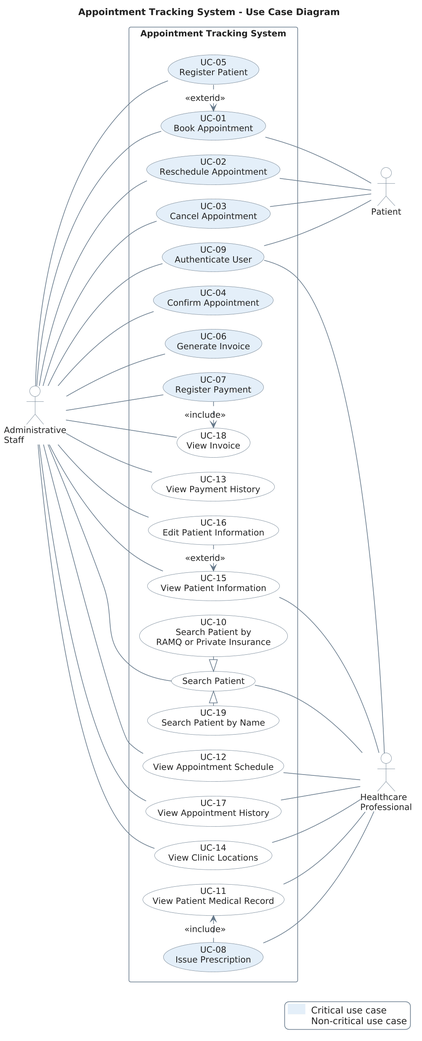
This is artifacts/Use_Case.png from AzmiBousedra/3musketeers, a PlantUML export, as it was before one commit. Its diagram source:
```plantuml
@startuml
title Appointment Tracking System - Use Case Diagram

!pragma layout smetana
left to right direction


skinparam backgroundColor #FFFFFF
skinparam shadowing false
skinparam defaultFontName Arial
skinparam defaultFontSize 13
skinparam defaultFontColor #222222
skinparam dpi 150
skinparam nodesep 22
skinparam ranksep 110

skinparam ArrowColor #65788A
skinparam ArrowThickness 1

skinparam actor {
    BorderColor #65788A
    BackgroundColor #FFFFFF
    FontColor #222222
}

skinparam usecase {
    BorderColor #65788A
    BackgroundColor #FFFFFF
    FontColor #222222
}

skinparam usecase<<critical>> {
    BackgroundColor #E4EFF9
}

skinparam rectangle {
    BorderColor #65788A
    BackgroundColor #FFFFFF
    FontColor #222222
    FontStyle bold
}

skinparam legend {
    BackgroundColor #FFFFFF
    BorderColor #65788A
    FontColor #222222
}

hide stereotype


actor "Patient" as Patient
actor "Administrative\nStaff" as Admin
actor "Healthcare\nProfessional" as HP


rectangle "Appointment Tracking System" {
    usecase "UC-05\nRegister Patient" as UC05 <<critical>>
    usecase "UC-01\nBook Appointment" as UC01 <<critical>>
    usecase "UC-02\nReschedule Appointment" as UC02 <<critical>>
    usecase "UC-03\nCancel Appointment" as UC03 <<critical>>
    usecase "UC-09\nAuthenticate User" as UC09 <<critical>>
    usecase "UC-04\nConfirm Appointment" as UC04 <<critical>>
    usecase "UC-06\nGenerate Invoice" as UC06 <<critical>>
    usecase "UC-07\nRegister Payment" as UC07 <<critical>>
    usecase "UC-18\nView Invoice" as UC18
    usecase "UC-13\nView Payment History" as UC13
    usecase "UC-16\nEdit Patient Information" as UC16
    usecase "UC-15\nView Patient Information" as UC15
    usecase "UC-19\nSearch Patient by Name" as UC19
    usecase "Search Patient" as SP
    usecase "UC-10\nSearch Patient by\nRAMQ or Private Insurance" as UC10
    usecase "UC-12\nView Appointment Schedule" as UC12
    usecase "UC-17\nView Appointment History" as UC17
    usecase "UC-14\nView Clinic Locations" as UC14
    usecase "UC-08\nIssue Prescription" as UC08 <<critical>>
    usecase "UC-11\nView Patient Medical Record" as UC11
}


UC01 -- Patient
UC02 -- Patient
UC03 -- Patient
UC09 -- Patient


Admin -- UC05
Admin -- UC01
Admin -- UC02
Admin -- UC03
Admin -- UC09
Admin -- UC04
Admin -- UC06
Admin -- UC07
Admin -- UC18
Admin -- UC13
Admin -- UC16
Admin -- UC15
Admin -- SP
Admin -- UC12
Admin -- UC17
Admin -- UC14


UC09 -- HP
UC15 -- HP
SP -- HP
UC12 -- HP
UC17 -- HP
UC14 -- HP
UC08 -- HP
UC11 -- HP


UC01 <.right. UC05 : <<extend>>
UC07 .right.> UC18 : <<include>>
UC15 <.right. UC16 : <<extend>>
UC08 .right.> UC11 : <<include>>


SP <|-left- UC19
SP <|-right- UC10

legend right
  <back:#E4EFF9>      </back>  Critical use case
  <back:#FFFFFF>      </back>  Non-critical use case
endlegend
@enduml
```
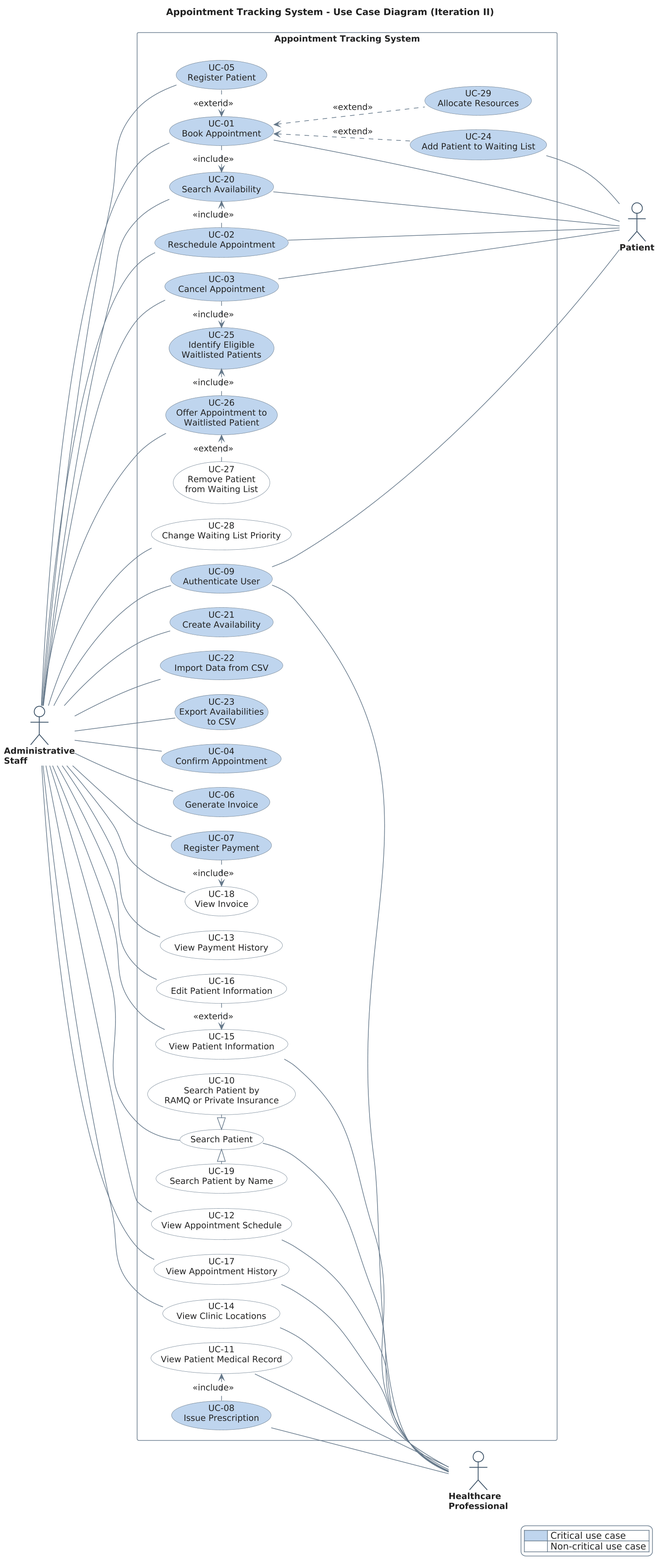
Above is the later version.

Commit message:
Phase 2 artifacts

Diff of the diagram source:
```diff
@@ -1,5 +1,5 @@
 @startuml
-title Appointment Tracking System - Use Case Diagram
+title Appointment Tracking System - Use Case Diagram (Iteration II)
 
 !pragma layout smetana
 left to right direction
@@ -18,19 +18,17 @@
 skinparam ArrowThickness 1
 
 skinparam actor {
-    BorderColor #65788A
+    BorderColor #3F5468
+    BorderThickness 1.25
     BackgroundColor #FFFFFF
     FontColor #222222
+    FontStyle bold
 }
 
 skinparam usecase {
     BorderColor #65788A
     BackgroundColor #FFFFFF
     FontColor #222222
-}
-
-skinparam usecase<<critical>> {
-    BackgroundColor #E4EFF9
 }
 
 skinparam rectangle {
@@ -46,8 +44,6 @@
     FontColor #222222
 }
 
-hide stereotype
-
 
 actor "Patient" as Patient
 actor "Administrative\nStaff" as Admin
@@ -55,14 +51,24 @@
 
 
 rectangle "Appointment Tracking System" {
-    usecase "UC-05\nRegister Patient" as UC05 <<critical>>
-    usecase "UC-01\nBook Appointment" as UC01 <<critical>>
-    usecase "UC-02\nReschedule Appointment" as UC02 <<critical>>
-    usecase "UC-03\nCancel Appointment" as UC03 <<critical>>
-    usecase "UC-09\nAuthenticate User" as UC09 <<critical>>
-    usecase "UC-04\nConfirm Appointment" as UC04 <<critical>>
-    usecase "UC-06\nGenerate Invoice" as UC06 <<critical>>
-    usecase "UC-07\nRegister Payment" as UC07 <<critical>>
+    usecase "UC-05\nRegister Patient" as UC05 #BFD5EE
+    usecase "UC-01\nBook Appointment" as UC01 #BFD5EE
+    usecase "UC-20\nSearch Availability" as UC20 #BFD5EE
+    usecase "UC-02\nReschedule Appointment" as UC02 #BFD5EE
+    usecase "UC-29\nAllocate Resources" as UC29 #BFD5EE
+    usecase "UC-24\nAdd Patient to Waiting List" as UC24 #BFD5EE
+    usecase "UC-03\nCancel Appointment" as UC03 #BFD5EE
+    usecase "UC-25\nIdentify Eligible\nWaitlisted Patients" as UC25 #BFD5EE
+    usecase "UC-26\nOffer Appointment to\nWaitlisted Patient" as UC26 #BFD5EE
+    usecase "UC-27\nRemove Patient\nfrom Waiting List" as UC27
+    usecase "UC-28\nChange Waiting List Priority" as UC28
+    usecase "UC-09\nAuthenticate User" as UC09 #BFD5EE
+    usecase "UC-21\nCreate Availability" as UC21 #BFD5EE
+    usecase "UC-22\nImport Data from CSV" as UC22 #BFD5EE
+    usecase "UC-23\nExport Availabilities\nto CSV" as UC23 #BFD5EE
+    usecase "UC-04\nConfirm Appointment" as UC04 #BFD5EE
+    usecase "UC-06\nGenerate Invoice" as UC06 #BFD5EE
+    usecase "UC-07\nRegister Payment" as UC07 #BFD5EE
     usecase "UC-18\nView Invoice" as UC18
     usecase "UC-13\nView Payment History" as UC13
     usecase "UC-16\nEdit Patient Information" as UC16
@@ -73,22 +79,30 @@
     usecase "UC-12\nView Appointment Schedule" as UC12
     usecase "UC-17\nView Appointment History" as UC17
     usecase "UC-14\nView Clinic Locations" as UC14
-    usecase "UC-08\nIssue Prescription" as UC08 <<critical>>
+    usecase "UC-08\nIssue Prescription" as UC08 #BFD5EE
     usecase "UC-11\nView Patient Medical Record" as UC11
 }
 
 
 UC01 -- Patient
+UC20 -- Patient
 UC02 -- Patient
 UC03 -- Patient
+UC24 -- Patient
 UC09 -- Patient
 
 
 Admin -- UC05
 Admin -- UC01
+Admin -- UC20
 Admin -- UC02
 Admin -- UC03
+Admin -- UC26
+Admin -- UC28
 Admin -- UC09
+Admin -- UC21
+Admin -- UC22
+Admin -- UC23
 Admin -- UC04
 Admin -- UC06
 Admin -- UC07
@@ -113,6 +127,13 @@
 
 
 UC01 <.right. UC05 : <<extend>>
+UC01 .right.> UC20 : <<include>>
+UC02 .left.> UC20 : <<include>>
+UC01 <.. UC24 : <<extend>>
+UC01 <.. UC29 : <<extend>>
+UC26 .right.> UC25 : <<include>>
+UC03 .left.> UC25 : <<include>>
+UC26 <.left. UC27 : <<extend>>
 UC07 .right.> UC18 : <<include>>
 UC15 <.right. UC16 : <<extend>>
 UC08 .right.> UC11 : <<include>>
@@ -122,7 +143,7 @@
 SP <|-right- UC10
 
 legend right
-  <back:#E4EFF9>      </back>  Critical use case
-  <back:#FFFFFF>      </back>  Non-critical use case
+  <#FFFFFF,#65788A>|<#BFD5EE>        | Critical use case |
+  |<#FFFFFF>        | Non-critical use case |
 endlegend
 @enduml
```
